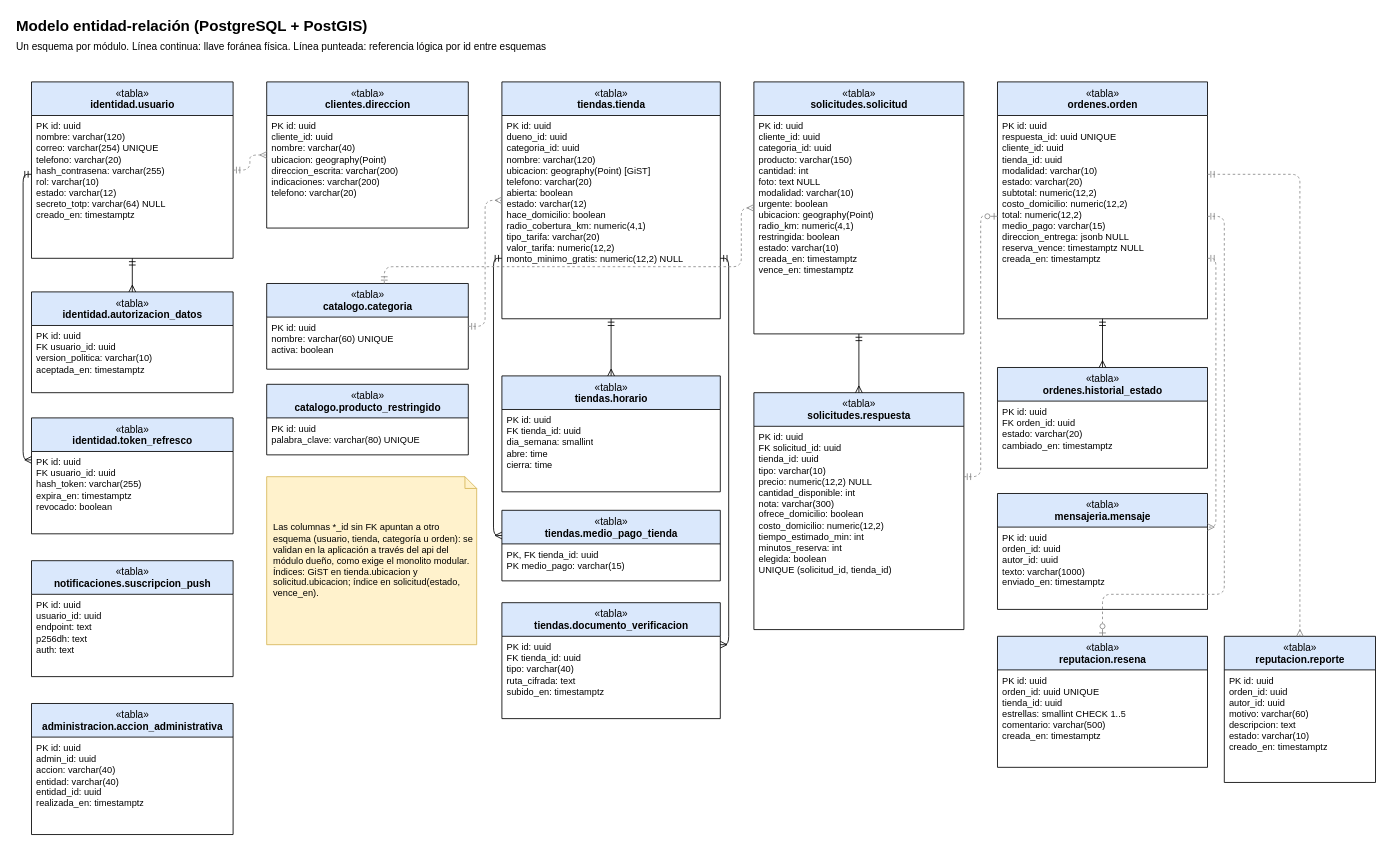
The draw.io diagram docs/diagramas/09-entidad-relacion.drawio in Daniel0442123/QuienLoTiene, before the edit. Source tidied: cells renumbered, new cells numbered last; positions are measured from the earlier drawing's top-left corner, leaving out a move shared by most shapes. Both pictures are drawn from the tidied source at 84%, with x=0, y=0 at pixel (14, 14).
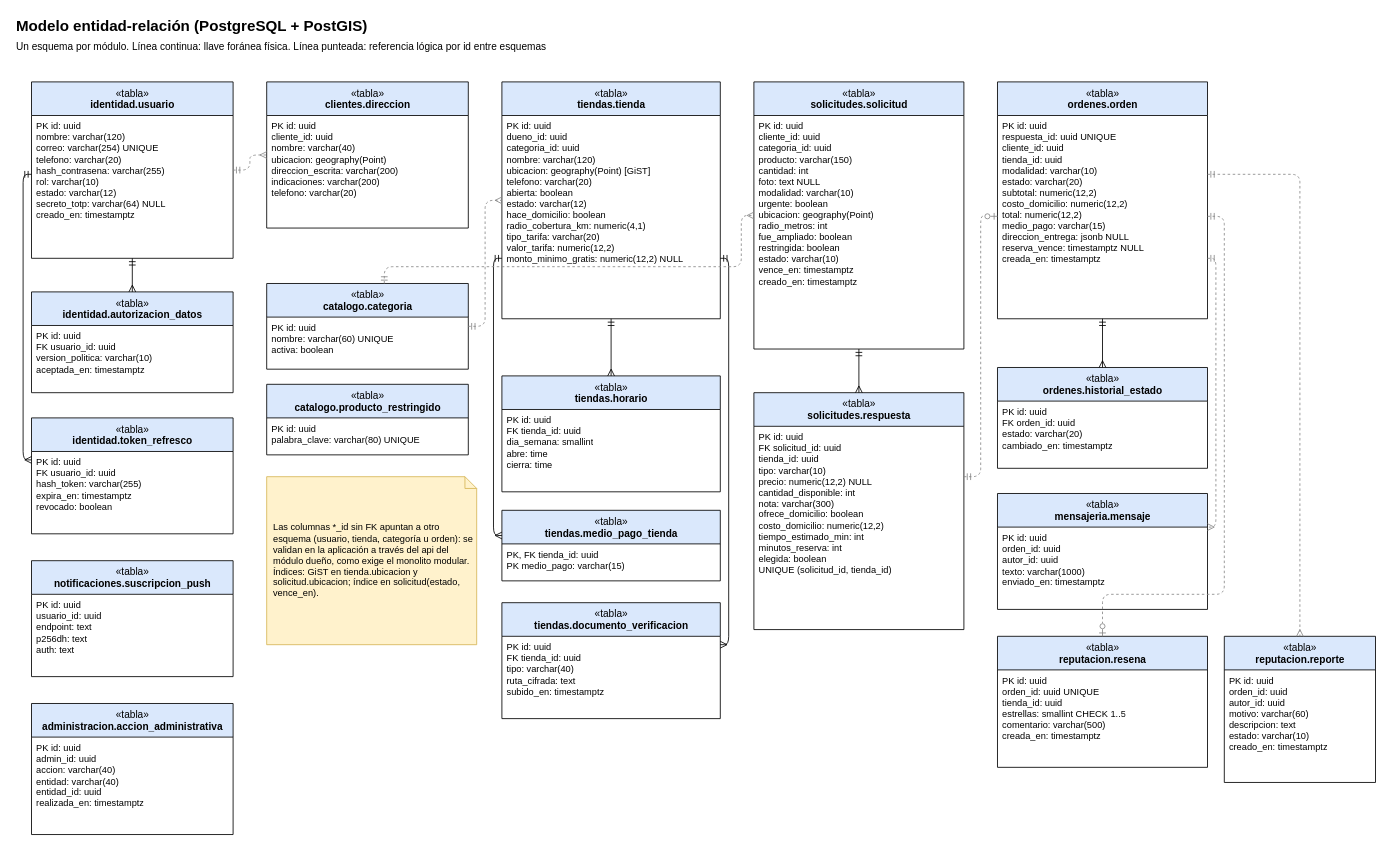
The same diagram, later.

Commit message (it also covers changes not shown here):
docs(gestion): revisión de compromisos abiertos, PDF de arquitectura y plan, diagrama ER (#95)

What changed in the source:
```diff
@@
     <mxCell id="27" value="«tabla»&lt;br&gt;&lt;b&gt;solicitudes.solicitud&lt;/b&gt;" style="swimlane;fontStyle=0;align=center;verticalAlign=top;horizontal=1;startSize=40;html=1;fillColor=#dae8fc;swimlaneFillColor=#ffffff;" parent="1" vertex="1">
-      <mxGeometry x="880" y="80" width="250" height="300" as="geometry" />
+      <mxGeometry x="880" y="80" width="250" height="318" as="geometry" />
     </mxCell>
-    <mxCell id="28" value="PK id: uuid&lt;br&gt;cliente_id: uuid&lt;br&gt;categoria_id: uuid&lt;br&gt;producto: varchar(150)&lt;br&gt;cantidad: int&lt;br&gt;foto: text NULL&lt;br&gt;modalidad: varchar(10)&lt;br&gt;urgente: boolean&lt;br&gt;ubicacion: geography(Point)&lt;br&gt;radio_km: numeric(4,1)&lt;br&gt;restringida: boolean&lt;br&gt;estado: varchar(10)&lt;br&gt;creada_en: timestamptz&lt;br&gt;vence_en: timestamptz" style="text;strokeColor=none;fillColor=none;align=left;verticalAlign=top;spacingLeft=4;spacingRight=4;overflow=hidden;html=1;fontSize=11;" parent="27" vertex="1">
-      <mxGeometry y="40" width="250" height="260" as="geometry" />
+    <mxCell id="28" value="PK id: uuid&lt;br&gt;cliente_id: uuid&lt;br&gt;categoria_id: uuid&lt;br&gt;producto: varchar(150)&lt;br&gt;cantidad: int&lt;br&gt;foto: text NULL&lt;br&gt;modalidad: varchar(10)&lt;br&gt;urgente: boolean&lt;br&gt;ubicacion: geography(Point)&lt;br&gt;radio_metros: int&lt;br&gt;fue_ampliado: boolean&lt;br&gt;restringida: boolean&lt;br&gt;estado: varchar(10)&lt;br&gt;vence_en: timestamptz&lt;br&gt;creado_en: timestamptz" style="text;strokeColor=none;fillColor=none;align=left;verticalAlign=top;spacingLeft=4;spacingRight=4;overflow=hidden;html=1;fontSize=11;" parent="27" vertex="1">
+      <mxGeometry y="40" width="250" height="278" as="geometry" />
     </mxCell>
```
